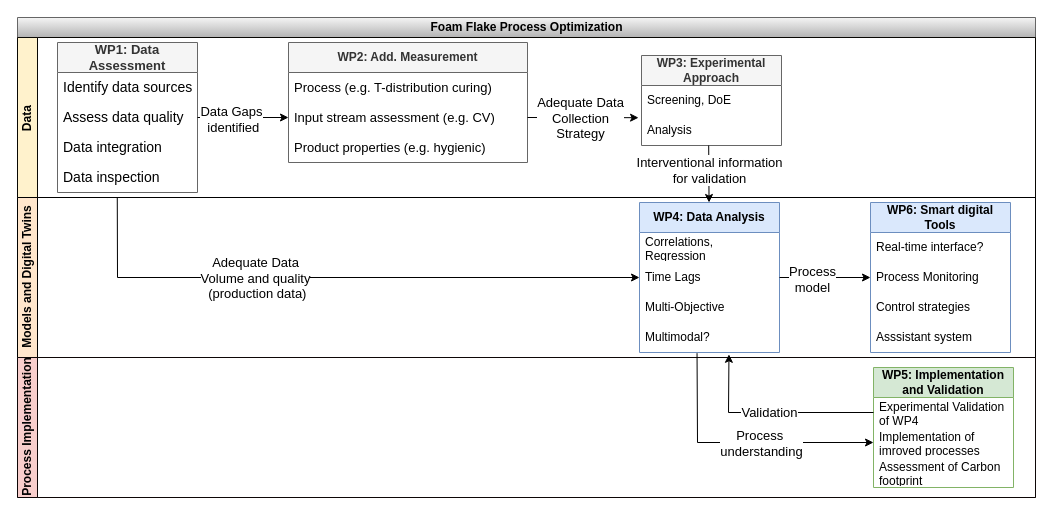
This is Nivea.drawio from kay-squared/PyTorchLearn, a draw.io file, before an edit. Source tidied: cells renumbered, new cells numbered last; positions are measured from the earlier drawing's top-left corner, leaving out a move shared by most shapes. Both pictures are drawn from the tidied source at 100%, with x=0, y=0 at pixel (17, 17).
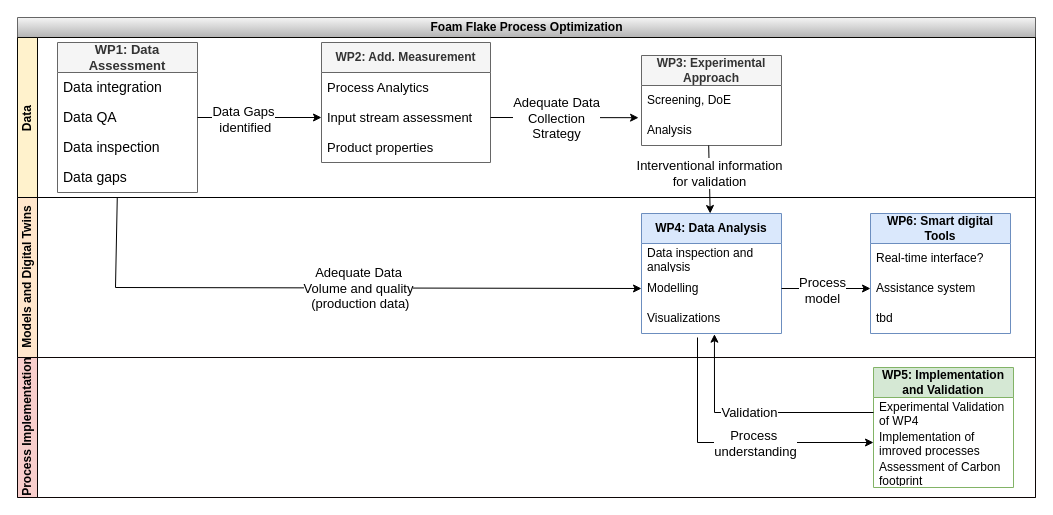
The same page after the edit.

Unchanged cells that the change refers to:
```xml
<mxCell id="2" value="Foam Flake Process Optimization" style="swimlane;horizontal=1;startSize=20;html=1;fillColor=#f5f5f5;strokeColor=#666666;gradientColor=#b3b3b3;" parent="1" vertex="1">
  <mxGeometry width="1018" height="480" as="geometry" />
</mxCell>
<mxCell id="3" value="Data&amp;nbsp;" style="swimlane;startSize=20;horizontal=0;html=1;fillColor=#fff2cc;strokeColor=#080703;" parent="2" vertex="1">
  <mxGeometry y="20" width="1018" height="160" as="geometry" />
</mxCell>
<mxCell id="4" value="&lt;b style=&quot;font-size: 13px;&quot;&gt;WP1: Data Assessment&lt;/b&gt;" style="swimlane;fontStyle=0;horizontal=1;startSize=30;whiteSpace=wrap;html=1;fillColor=#f5f5f5;fontColor=#333333;strokeColor=#666666;fontSize=13;" parent="3" vertex="1">
  <mxGeometry x="40" y="5" width="140" height="150" as="geometry" />
</mxCell>
<mxCell id="20" value="Models and Digital Twins" style="swimlane;startSize=20;horizontal=0;html=1;fillColor=#ffe6cc;strokeColor=#000000;" parent="2" vertex="1">
  <mxGeometry y="180" width="1018" height="160" as="geometry" />
</mxCell>
<mxCell id="31" style="endArrow=classic;html=1;rounded=0;entryX=0;entryY=0.5;entryDx=0;entryDy=0;exitX=1;exitY=0.5;exitDx=0;exitDy=0;" parent="20" edge="1" source="28" target="23">
  <mxGeometry relative="1" as="geometry" />
</mxCell>
<mxCell id="35" value="Experimental Validation of WP4" style="text;strokeColor=none;fillColor=none;align=left;verticalAlign=middle;spacingLeft=4;spacingRight=4;overflow=hidden;points=[[0,0.5],[1,0.5]];portConstraint=eastwest;whiteSpace=wrap;html=1;" parent="34" vertex="1">
  <mxGeometry y="30" width="140" height="30" as="geometry" />
</mxCell>
<mxCell id="36" value="Implementation of imroved processes" style="text;strokeColor=none;fillColor=none;align=left;verticalAlign=middle;spacingLeft=4;spacingRight=4;overflow=hidden;points=[[0,0.5],[1,0.5]];portConstraint=eastwest;whiteSpace=wrap;html=1;" parent="34" vertex="1">
  <mxGeometry y="60" width="140" height="30" as="geometry" />
</mxCell>
```

What changed in the source:
```diff
@@
-    <mxCell id="5" value="Identify data sources" style="text;strokeColor=none;fillColor=none;align=left;verticalAlign=middle;spacingLeft=4;spacingRight=4;overflow=hidden;whiteSpace=wrap;html=1;fontSize=14;" parent="4" vertex="1">
+    <mxCell id="5" value="Data integration" style="text;strokeColor=none;fillColor=none;align=left;verticalAlign=middle;spacingLeft=4;spacingRight=4;overflow=hidden;whiteSpace=wrap;html=1;fontSize=14;" parent="4" vertex="1">
       <mxGeometry y="30" width="140" height="30" as="geometry" />
     </mxCell>
-    <mxCell id="6" value="Assess data quality" style="text;strokeColor=none;fillColor=none;align=left;verticalAlign=middle;spacingLeft=4;spacingRight=4;overflow=hidden;points=[[0,0.5],[1,0.5]];portConstraint=eastwest;whiteSpace=wrap;html=1;fontSize=14;" parent="4" vertex="1">
+    <mxCell id="6" value="Data QA" style="text;strokeColor=none;fillColor=none;align=left;verticalAlign=middle;spacingLeft=4;spacingRight=4;overflow=hidden;points=[[0,0.5],[1,0.5]];portConstraint=eastwest;whiteSpace=wrap;html=1;fontSize=14;" parent="4" vertex="1">
       <mxGeometry y="60" width="140" height="30" as="geometry" />
     </mxCell>
-    <mxCell id="7" value="Data integration" style="text;strokeColor=none;fillColor=none;align=left;verticalAlign=middle;spacingLeft=4;spacingRight=4;overflow=hidden;whiteSpace=wrap;html=1;fontSize=14;" parent="4" vertex="1">
+    <mxCell id="7" value="Data inspection" style="text;strokeColor=none;fillColor=none;align=left;verticalAlign=middle;spacingLeft=4;spacingRight=4;overflow=hidden;whiteSpace=wrap;html=1;fontSize=14;" parent="4" vertex="1">
       <mxGeometry y="90" width="140" height="30" as="geometry" />
     </mxCell>
-    <mxCell id="8" value="Data inspection" style="text;strokeColor=none;fillColor=none;align=left;verticalAlign=middle;spacingLeft=4;spacingRight=4;overflow=hidden;points=[[0,0.5],[1,0.5]];portConstraint=eastwest;whiteSpace=wrap;html=1;fontSize=14;" parent="4" vertex="1">
+    <mxCell id="8" value="Data gaps" style="text;strokeColor=none;fillColor=none;align=left;verticalAlign=middle;spacingLeft=4;spacingRight=4;overflow=hidden;points=[[0,0.5],[1,0.5]];portConstraint=eastwest;whiteSpace=wrap;html=1;fontSize=14;" parent="4" vertex="1">
       <mxGeometry y="120" width="140" height="30" as="geometry" />
     </mxCell>
     <mxCell id="9" value="&lt;b&gt;WP2: Add. Measurement&lt;/b&gt;" style="swimlane;fontStyle=0;horizontal=1;startSize=30;whiteSpace=wrap;html=1;fillColor=#f5f5f5;fontColor=#333333;strokeColor=#666666;" parent="3" vertex="1">
-      <mxGeometry x="271" y="5" width="239" height="120" as="geometry" />
+      <mxGeometry x="304" y="5" width="169" height="120" as="geometry" />
     </mxCell>
-    <mxCell id="10" value="Process (e.g. T-distribution curing)" style="text;strokeColor=none;fillColor=none;align=left;verticalAlign=middle;spacingLeft=4;spacingRight=4;overflow=hidden;whiteSpace=wrap;html=1;fontSize=13;" parent="9" vertex="1">
-      <mxGeometry y="30" width="239" height="30" as="geometry" />
+    <mxCell id="10" value="Process Analytics" style="text;strokeColor=none;fillColor=none;align=left;verticalAlign=middle;spacingLeft=4;spacingRight=4;overflow=hidden;whiteSpace=wrap;html=1;fontSize=13;" parent="9" vertex="1">
+      <mxGeometry y="30" width="169" height="30" as="geometry" />
     </mxCell>
-    <mxCell id="11" value="Input stream assessment (e.g. CV)" style="text;strokeColor=none;fillColor=none;align=left;verticalAlign=middle;spacingLeft=4;spacingRight=4;overflow=hidden;points=[[0,0.5],[1,0.5]];portConstraint=eastwest;whiteSpace=wrap;html=1;fontSize=13;" parent="9" vertex="1">
-      <mxGeometry y="60" width="239" height="30" as="geometry" />
+    <mxCell id="11" value="Input stream assessment" style="text;strokeColor=none;fillColor=none;align=left;verticalAlign=middle;spacingLeft=4;spacingRight=4;overflow=hidden;points=[[0,0.5],[1,0.5]];portConstraint=eastwest;whiteSpace=wrap;html=1;fontSize=13;" parent="9" vertex="1">
+      <mxGeometry y="60" width="169" height="30" as="geometry" />
     </mxCell>
-    <mxCell id="12" value="Product properties (e.g. hygienic)" style="text;strokeColor=none;fillColor=none;align=left;verticalAlign=middle;spacingLeft=4;spacingRight=4;overflow=hidden;whiteSpace=wrap;html=1;fontSize=13;" parent="9" vertex="1">
-      <mxGeometry y="90" width="239" height="30" as="geometry" />
+    <mxCell id="12" value="Product properties" style="text;strokeColor=none;fillColor=none;align=left;verticalAlign=middle;spacingLeft=4;spacingRight=4;overflow=hidden;whiteSpace=wrap;html=1;fontSize=13;" parent="9" vertex="1">
+      <mxGeometry y="90" width="169" height="30" as="geometry" />
     </mxCell>
@@
     <mxCell id="21" value="&lt;b&gt;WP6: Smart digital Tools&lt;/b&gt;" style="swimlane;fontStyle=0;horizontal=1;startSize=30;whiteSpace=wrap;html=1;fillColor=#dae8fc;strokeColor=#6c8ebf;" parent="20" vertex="1">
-      <mxGeometry x="853" y="5" width="140" height="150" as="geometry" />
+      <mxGeometry x="853" y="16" width="140" height="120" as="geometry" />
     </mxCell>
@@
-    <mxCell id="23" value="Process Monitoring" style="text;strokeColor=none;fillColor=none;align=left;verticalAlign=middle;spacingLeft=4;spacingRight=4;overflow=hidden;points=[[0,0.5],[1,0.5]];portConstraint=eastwest;whiteSpace=wrap;html=1;" parent="21" vertex="1">
+    <mxCell id="23" value="Assistance system" style="text;strokeColor=none;fillColor=none;align=left;verticalAlign=middle;spacingLeft=4;spacingRight=4;overflow=hidden;points=[[0,0.5],[1,0.5]];portConstraint=eastwest;whiteSpace=wrap;html=1;" parent="21" vertex="1">
       <mxGeometry y="60" width="140" height="30" as="geometry" />
     </mxCell>
-    <mxCell id="24" value="Control strategies" style="text;strokeColor=none;fillColor=none;align=left;verticalAlign=middle;spacingLeft=4;spacingRight=4;overflow=hidden;whiteSpace=wrap;html=1;" parent="21" vertex="1">
+    <mxCell id="24" value="tbd" style="text;strokeColor=none;fillColor=none;align=left;verticalAlign=middle;spacingLeft=4;spacingRight=4;overflow=hidden;whiteSpace=wrap;html=1;" parent="21" vertex="1">
       <mxGeometry y="90" width="140" height="30" as="geometry" />
     </mxCell>
-    <mxCell id="25" value="Asssistant system" style="text;strokeColor=none;fillColor=none;align=left;verticalAlign=middle;spacingLeft=4;spacingRight=4;overflow=hidden;whiteSpace=wrap;html=1;" parent="21" vertex="1">
-      <mxGeometry y="120" width="140" height="30" as="geometry" />
-    </mxCell>
     <mxCell id="26" value="&lt;b&gt;WP4: Data Analysis&lt;/b&gt;" style="swimlane;fontStyle=0;horizontal=1;startSize=30;whiteSpace=wrap;html=1;fillColor=#dae8fc;strokeColor=#6c8ebf;" parent="20" vertex="1">
-      <mxGeometry x="622" y="5" width="140" height="150" as="geometry" />
+      <mxGeometry x="624" y="16" width="140" height="120" as="geometry" />
     </mxCell>
-    <mxCell id="27" value="Correlations, Regression" style="text;strokeColor=none;fillColor=none;align=left;verticalAlign=middle;spacingLeft=4;spacingRight=4;overflow=hidden;whiteSpace=wrap;html=1;" parent="26" vertex="1">
+    <mxCell id="27" value="Data inspection and analysis" style="text;strokeColor=none;fillColor=none;align=left;verticalAlign=middle;spacingLeft=4;spacingRight=4;overflow=hidden;whiteSpace=wrap;html=1;" parent="26" vertex="1">
       <mxGeometry y="30" width="140" height="30" as="geometry" />
     </mxCell>
-    <mxCell id="28" value="Time Lags" style="text;strokeColor=none;fillColor=none;align=left;verticalAlign=middle;spacingLeft=4;spacingRight=4;overflow=hidden;points=[[0,0.5],[1,0.5]];portConstraint=eastwest;whiteSpace=wrap;html=1;" parent="26" vertex="1">
+    <mxCell id="28" value="Modelling" style="text;strokeColor=none;fillColor=none;align=left;verticalAlign=middle;spacingLeft=4;spacingRight=4;overflow=hidden;points=[[0,0.5],[1,0.5]];portConstraint=eastwest;whiteSpace=wrap;html=1;" parent="26" vertex="1">
       <mxGeometry y="60" width="140" height="30" as="geometry" />
     </mxCell>
-    <mxCell id="29" value="Multi-Objective" style="text;strokeColor=none;fillColor=none;align=left;verticalAlign=middle;spacingLeft=4;spacingRight=4;overflow=hidden;points=[[0,0.5],[1,0.5]];portConstraint=eastwest;whiteSpace=wrap;html=1;" parent="26" vertex="1">
+    <mxCell id="29" value="Visualizations" style="text;strokeColor=none;fillColor=none;align=left;verticalAlign=middle;spacingLeft=4;spacingRight=4;overflow=hidden;points=[[0,0.5],[1,0.5]];portConstraint=eastwest;whiteSpace=wrap;html=1;" parent="26" vertex="1">
       <mxGeometry y="90" width="140" height="30" as="geometry" />
     </mxCell>
-    <mxCell id="30" value="Multimodal?" style="text;strokeColor=none;fillColor=none;align=left;verticalAlign=middle;spacingLeft=4;spacingRight=4;overflow=hidden;points=[[0,0.5],[1,0.5]];portConstraint=eastwest;whiteSpace=wrap;html=1;" parent="26" vertex="1">
-      <mxGeometry y="120" width="140" height="30" as="geometry" />
-    </mxCell>
@@
     <mxCell id="32" value="Process&lt;br style=&quot;font-size: 13px;&quot;&gt;model" style="edgeLabel;html=1;align=center;verticalAlign=middle;fontSize=13;" parent="31" vertex="1">
       <mxGeometry x="-0.32" y="-1" relative="1" as="geometry">
-        <mxPoint x="1" as="offset" />
+        <mxPoint x="10" as="offset" />
       </mxGeometry>
     </mxCell>
@@
     <mxCell id="38" style="endArrow=classic;html=1;rounded=0;exitX=0.427;exitY=1.167;exitDx=0;exitDy=0;exitPerimeter=0;entryX=0;entryY=0.5;entryDx=0;entryDy=0;" parent="2" edge="1" source="8" target="28">
       <mxGeometry relative="1" as="geometry">
         <Array as="points">
-          <mxPoint x="100" y="260" />
+          <mxPoint x="98" y="270" />
         </Array>
       </mxGeometry>
     </mxCell>
     <mxCell id="39" value="Adequate Data&lt;br style=&quot;font-size: 13px;&quot;&gt;Volume and quality&lt;br style=&quot;font-size: 13px;&quot;&gt;&amp;nbsp;(production data)" style="edgeLabel;html=1;align=center;verticalAlign=middle;fontSize=13;" parent="38" vertex="1">
-      <mxGeometry x="-0.28" relative="1" as="geometry" />
+      <mxGeometry x="-0.28" relative="1" as="geometry">
+        <mxPoint x="111" as="offset" />
+      </mxGeometry>
     </mxCell>
@@
-    <mxCell id="42" style="endArrow=classic;html=1;rounded=0;exitX=0;exitY=0.5;exitDx=0;exitDy=0;entryX=0.639;entryY=1.06;entryDx=0;entryDy=0;entryPerimeter=0;" parent="2" edge="1" source="35" target="30">
+    <mxCell id="42" style="endArrow=classic;html=1;rounded=0;exitX=0;exitY=0.5;exitDx=0;exitDy=0;entryX=0.521;entryY=1.023;entryDx=0;entryDy=0;entryPerimeter=0;" parent="2" edge="1" source="35" target="29">
       <mxGeometry relative="1" as="geometry">
         <Array as="points">
-          <mxPoint x="711" y="395" />
+          <mxPoint x="697" y="395" />
         </Array>
       </mxGeometry>
     </mxCell>
@@
-    <mxCell id="44" style="endArrow=classic;html=1;rounded=0;entryX=0;entryY=0.5;entryDx=0;entryDy=0;exitX=0.411;exitY=1.022;exitDx=0;exitDy=0;exitPerimeter=0;" parent="2" edge="1" source="30" target="36">
+    <mxCell id="44" style="endArrow=classic;html=1;rounded=0;entryX=0;entryY=0.5;entryDx=0;entryDy=0;" parent="2" edge="1" target="36">
       <mxGeometry relative="1" as="geometry">
+        <mxPoint x="680" y="320" as="sourcePoint" />
         <Array as="points">
           <mxPoint x="680" y="425" />
         </Array>
       </mxGeometry>
     </mxCell>
```
